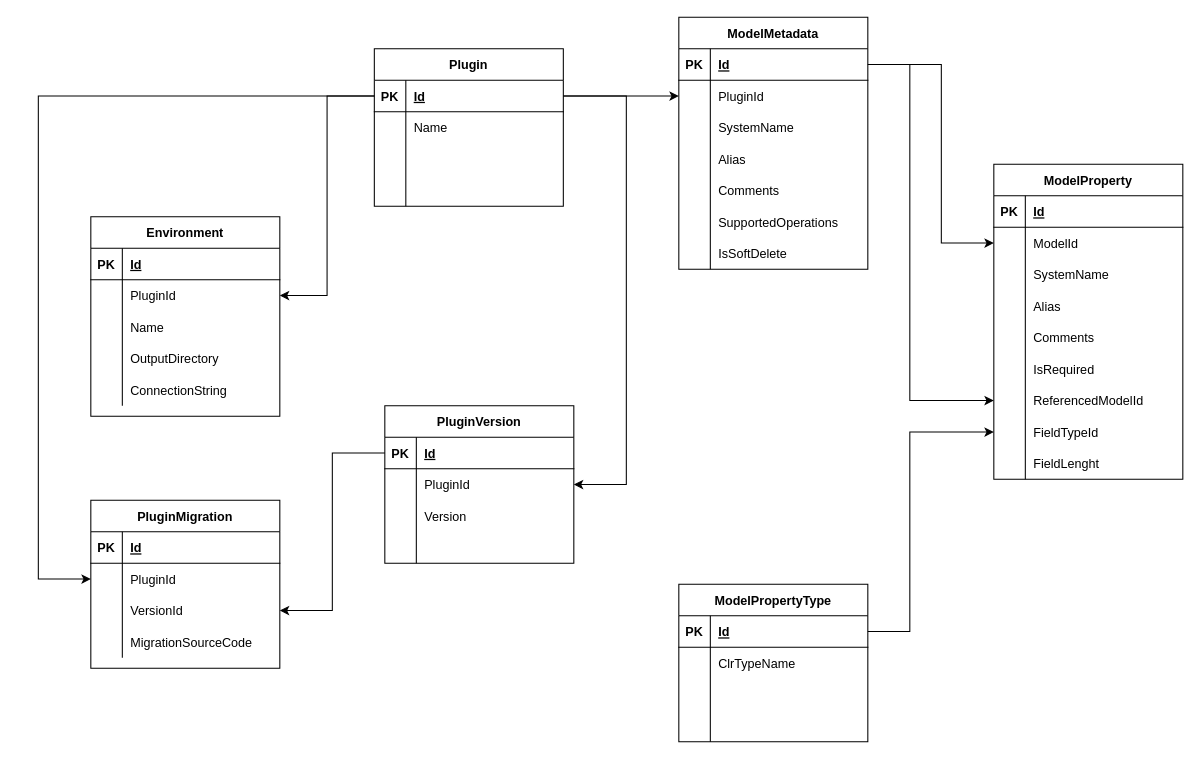
The draw.io diagram page "MetadataDB" (1 of 5) of ModelConstructor.drawio in aaf1974/ProjectDiagram, before the edit. Source tidied: cells renumbered, new cells numbered last; positions are measured from the earlier drawing's top-left corner, leaving out a move shared by most shapes. Both pictures are drawn from the tidied source at 105%, with x=0, y=0 at pixel (38, 17).
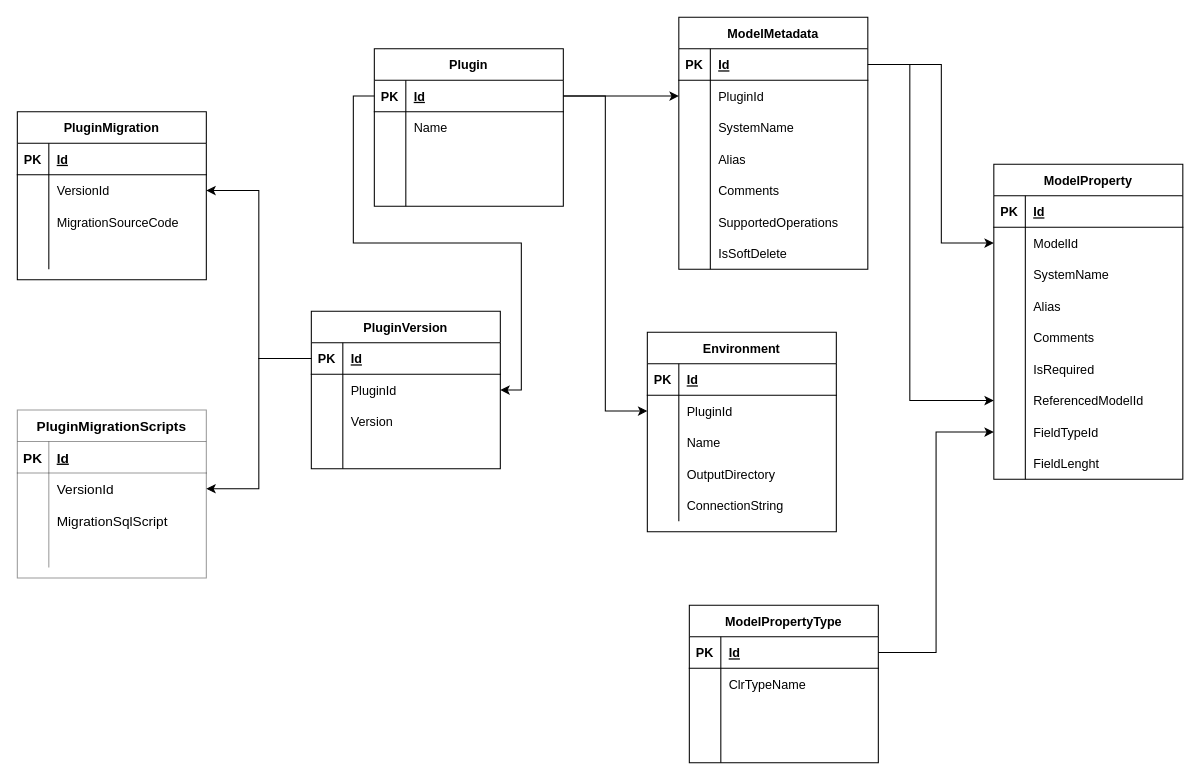
The same page after the edit.

The change refers to these unchanged cells:
```xml
<mxCell id="3" style="shape=tableRow;horizontal=0;startSize=0;swimlaneHead=0;swimlaneBody=0;fillColor=none;points=[[0,0.5],[1,0.5]];portConstraint=eastwest;top=0;left=0;right=0;bottom=1;" parent="2" vertex="1">
  <mxGeometry y="30" width="180" height="30" as="geometry" />
</mxCell>
<mxCell id="34" style="shape=tableRow;horizontal=0;startSize=0;swimlaneHead=0;swimlaneBody=0;fillColor=none;points=[[0,0.5],[1,0.5]];portConstraint=eastwest;top=0;left=0;right=0;bottom=1;" parent="33" vertex="1">
  <mxGeometry y="30" width="180" height="30" as="geometry" />
</mxCell>
<mxCell id="75" style="shape=tableRow;horizontal=0;startSize=0;swimlaneHead=0;swimlaneBody=0;fillColor=none;points=[[0,0.5],[1,0.5]];portConstraint=eastwest;top=0;left=0;right=0;bottom=0;" parent="56" vertex="1">
  <mxGeometry y="210" width="180" height="30" as="geometry" />
</mxCell>
<mxCell id="78" style="shape=tableRow;horizontal=0;startSize=0;swimlaneHead=0;swimlaneBody=0;fillColor=none;points=[[0,0.5],[1,0.5]];portConstraint=eastwest;top=0;left=0;right=0;bottom=0;" parent="56" vertex="1">
  <mxGeometry y="240" width="180" height="30" as="geometry" />
</mxCell>
<mxCell id="85" style="shape=tableRow;horizontal=0;startSize=0;swimlaneHead=0;swimlaneBody=0;fillColor=none;points=[[0,0.5],[1,0.5]];portConstraint=eastwest;top=0;left=0;right=0;bottom=1;" parent="84" vertex="1">
  <mxGeometry y="30" width="180" height="30" as="geometry" />
</mxCell>
<mxCell id="111" style="shape=tableRow;horizontal=0;startSize=0;swimlaneHead=0;swimlaneBody=0;fillColor=none;points=[[0,0.5],[1,0.5]];portConstraint=eastwest;top=0;left=0;right=0;bottom=1;" parent="110" vertex="1">
  <mxGeometry y="30" width="180" height="30" as="geometry" />
</mxCell>
<mxCell id="114" style="shape=tableRow;horizontal=0;startSize=0;swimlaneHead=0;swimlaneBody=0;fillColor=none;points=[[0,0.5],[1,0.5]];portConstraint=eastwest;top=0;left=0;right=0;bottom=0;" parent="110" vertex="1">
  <mxGeometry y="60" width="180" height="30" as="geometry" />
</mxCell>
```

Change to the diagram source:
```diff
@@
     <mxCell id="15" value="Environment" style="shape=table;startSize=30;childLayout=tableLayout;rowLines=0;fontStyle=1;align=center;" parent="1" vertex="1">
-      <mxGeometry x="50" y="190" width="180" height="190" as="geometry" />
+      <mxGeometry x="580" y="300" width="180" height="190" as="geometry" />
     </mxCell>
@@
     <mxCell id="84" value="ModelPropertyType" style="shape=table;startSize=30;childLayout=tableLayout;rowLines=0;fontStyle=1;align=center;" parent="1" vertex="1">
-      <mxGeometry x="610" y="540" width="180" height="150" as="geometry" />
+      <mxGeometry x="620" y="560" width="180" height="150" as="geometry" />
     </mxCell>
@@
     <mxCell id="97" value="PluginMigration" style="shape=table;startSize=30;childLayout=tableLayout;rowLines=0;fontStyle=1;align=center;" parent="1" vertex="1">
-      <mxGeometry x="50" y="460" width="180" height="160" as="geometry" />
+      <mxGeometry x="-20" y="90" width="180" height="160" as="geometry" />
     </mxCell>
@@
-    <mxCell id="101" style="shape=tableRow;horizontal=0;startSize=0;swimlaneHead=0;swimlaneBody=0;fillColor=none;points=[[0,0.5],[1,0.5]];portConstraint=eastwest;top=0;left=0;right=0;bottom=0;" parent="97" vertex="1">
-      <mxGeometry y="60" width="180" height="30" as="geometry" />
-    </mxCell>
-    <mxCell id="102" style="shape=partialRectangle;fillColor=none;top=0;left=0;bottom=0;right=0;overflow=hidden;" parent="101" vertex="1">
-      <mxGeometry width="30" height="30" as="geometry" />
-    </mxCell>
-    <mxCell id="103" value="PluginId" style="shape=partialRectangle;fillColor=none;top=0;left=0;bottom=0;right=0;align=left;spacingLeft=6;overflow=hidden;" parent="101" vertex="1">
-      <mxGeometry x="30" width="150" height="30" as="geometry" />
-    </mxCell>
     <mxCell id="104" style="shape=tableRow;horizontal=0;startSize=0;swimlaneHead=0;swimlaneBody=0;fillColor=none;points=[[0,0.5],[1,0.5]];portConstraint=eastwest;top=0;left=0;right=0;bottom=0;" parent="97" vertex="1">
-      <mxGeometry y="90" width="180" height="30" as="geometry" />
+      <mxGeometry y="60" width="180" height="30" as="geometry" />
     </mxCell>
@@
     <mxCell id="107" style="shape=tableRow;horizontal=0;startSize=0;swimlaneHead=0;swimlaneBody=0;fillColor=none;top=0;left=0;right=0;bottom=0;" parent="97" vertex="1">
-      <mxGeometry y="120" width="180" height="30" as="geometry" />
+      <mxGeometry y="90" width="180" height="30" as="geometry" />
     </mxCell>
@@
+    <mxCell id="101" style="shape=tableRow;horizontal=0;startSize=0;swimlaneHead=0;swimlaneBody=0;fillColor=none;points=[[0,0.5],[1,0.5]];portConstraint=eastwest;top=0;left=0;right=0;bottom=0;" parent="97" vertex="1">
+      <mxGeometry y="120" width="180" height="30" as="geometry" />
+    </mxCell>
+    <mxCell id="102" style="shape=partialRectangle;fillColor=none;top=0;left=0;bottom=0;right=0;overflow=hidden;" parent="101" vertex="1">
+      <mxGeometry width="30" height="30" as="geometry" />
+    </mxCell>
+    <mxCell id="103" style="shape=partialRectangle;fillColor=none;top=0;left=0;bottom=0;right=0;align=left;spacingLeft=6;overflow=hidden;" parent="101" vertex="1">
+      <mxGeometry x="30" width="150" height="30" as="geometry" />
+    </mxCell>
     <mxCell id="110" value="PluginVersion" style="shape=table;startSize=30;childLayout=tableLayout;rowLines=0;fontStyle=1;align=center;" parent="1" vertex="1">
-      <mxGeometry x="330" y="370" width="180" height="150" as="geometry" />
+      <mxGeometry x="260" y="280" width="180" height="150" as="geometry" />
     </mxCell>
@@
-    <mxCell id="123" style="edgeStyle=orthogonalEdgeStyle;rounded=0;jettySize=auto;html=1;" parent="1" edge="1" source="3" target="101">
-      <mxGeometry relative="1" as="geometry">
-        <Array as="points">
-          <mxPoint y="75" />
-          <mxPoint y="535" />
-        </Array>
-      </mxGeometry>
-    </mxCell>
@@
+    <mxCell id="127" style="edgeStyle=orthogonalEdgeStyle;rounded=0;jettySize=auto;html=1;fontSize=13;" parent="1" edge="1" source="34" target="75">
+      <mxGeometry relative="1" as="geometry">
+        <Array as="points">
+          <mxPoint x="830" y="45" />
+          <mxPoint x="830" y="365" />
+        </Array>
+      </mxGeometry>
+    </mxCell>
-    <mxCell id="125" style="edgeStyle=orthogonalEdgeStyle;rounded=0;jettySize=auto;html=1;entryX=1;entryY=0.5;entryDx=0;entryDy=0;fontSize=13;" parent="1" edge="1" source="3" target="114">
-      <mxGeometry relative="1" as="geometry">
-        <Array as="points">
-          <mxPoint x="560" y="75" />
-          <mxPoint x="560" y="445" />
-        </Array>
-      </mxGeometry>
+    <mxCell id="125" style="edgeStyle=orthogonalEdgeStyle;rounded=0;jettySize=auto;html=1;entryX=1;entryY=0.5;entryDx=0;entryDy=0;fontSize=13;fontColor=none;" parent="1" edge="1" source="3" target="114">
+      <mxGeometry relative="1" as="geometry" />
     </mxCell>
+    <mxCell id="128" value="PluginMigrationScripts" style="shape=table;startSize=30;childLayout=tableLayout;rowLines=0;fontStyle=1;align=center;labelBackgroundColor=none;labelBorderColor=none;fontSize=13;fontColor=none;fillColor=none;opacity=40;" parent="1" vertex="1">
+      <mxGeometry x="-20" y="374" width="180" height="160" as="geometry" />
+    </mxCell>
+    <mxCell id="129" style="shape=tableRow;horizontal=0;startSize=0;swimlaneHead=0;swimlaneBody=0;fillColor=none;top=0;left=0;right=0;bottom=1;labelBackgroundColor=none;labelBorderColor=none;fontSize=13;fontColor=none;opacity=40;" parent="128" vertex="1">
+      <mxGeometry y="30" width="180" height="30" as="geometry" />
+    </mxCell>
+    <mxCell id="130" value="PK" style="shape=partialRectangle;fillColor=none;top=0;left=0;bottom=0;right=0;fontStyle=1;overflow=hidden;labelBackgroundColor=none;labelBorderColor=none;fontSize=13;fontColor=none;opacity=40;" parent="129" vertex="1">
+      <mxGeometry width="30" height="30" as="geometry" />
+    </mxCell>
+    <mxCell id="131" value="Id" style="shape=partialRectangle;fillColor=none;top=0;left=0;bottom=0;right=0;align=left;spacingLeft=6;fontStyle=5;overflow=hidden;labelBackgroundColor=none;labelBorderColor=none;fontSize=13;fontColor=none;opacity=40;" parent="129" vertex="1">
+      <mxGeometry x="30" width="150" height="30" as="geometry" />
+    </mxCell>
+    <mxCell id="132" style="shape=tableRow;horizontal=0;startSize=0;swimlaneHead=0;swimlaneBody=0;fillColor=none;points=[[0,0.5],[1,0.5]];portConstraint=eastwest;top=0;left=0;right=0;bottom=0;labelBackgroundColor=none;labelBorderColor=none;fontSize=13;fontColor=none;opacity=40;" parent="128" vertex="1">
+      <mxGeometry y="60" width="180" height="30" as="geometry" />
+    </mxCell>
+    <mxCell id="133" style="shape=partialRectangle;fillColor=none;top=0;left=0;bottom=0;right=0;overflow=hidden;labelBackgroundColor=none;labelBorderColor=none;fontSize=13;fontColor=none;opacity=40;" parent="132" vertex="1">
+      <mxGeometry width="30" height="30" as="geometry" />
+    </mxCell>
+    <mxCell id="134" value="VersionId" style="shape=partialRectangle;fillColor=none;top=0;left=0;bottom=0;right=0;align=left;spacingLeft=6;overflow=hidden;labelBackgroundColor=none;labelBorderColor=none;fontSize=13;fontColor=none;opacity=40;" parent="132" vertex="1">
+      <mxGeometry x="30" width="150" height="30" as="geometry" />
+    </mxCell>
+    <mxCell id="135" style="shape=tableRow;horizontal=0;startSize=0;swimlaneHead=0;swimlaneBody=0;fillColor=none;top=0;left=0;right=0;bottom=0;labelBackgroundColor=none;labelBorderColor=none;fontSize=13;fontColor=none;opacity=40;" parent="128" vertex="1">
+      <mxGeometry y="90" width="180" height="30" as="geometry" />
+    </mxCell>
+    <mxCell id="136" style="shape=partialRectangle;fillColor=none;top=0;left=0;bottom=0;right=0;overflow=hidden;labelBackgroundColor=none;labelBorderColor=none;fontSize=13;fontColor=none;opacity=40;" parent="135" vertex="1">
+      <mxGeometry width="30" height="30" as="geometry" />
+    </mxCell>
+    <mxCell id="137" value="MigrationSqlScript" style="shape=partialRectangle;fillColor=none;top=0;left=0;bottom=0;right=0;align=left;spacingLeft=6;overflow=hidden;labelBackgroundColor=none;labelBorderColor=none;fontSize=13;fontColor=none;opacity=40;" parent="135" vertex="1">
+      <mxGeometry x="30" width="150" height="30" as="geometry" />
+    </mxCell>
+    <mxCell id="138" style="shape=tableRow;horizontal=0;startSize=0;swimlaneHead=0;swimlaneBody=0;fillColor=none;top=0;left=0;right=0;bottom=0;labelBackgroundColor=none;labelBorderColor=none;fontSize=13;fontColor=none;opacity=40;" parent="128" vertex="1">
+      <mxGeometry y="120" width="180" height="30" as="geometry" />
+    </mxCell>
+    <mxCell id="139" style="shape=partialRectangle;fillColor=none;top=0;left=0;bottom=0;right=0;overflow=hidden;labelBackgroundColor=none;labelBorderColor=none;fontSize=13;fontColor=none;opacity=40;" parent="138" vertex="1">
+      <mxGeometry width="30" height="30" as="geometry" />
+    </mxCell>
+    <mxCell id="140" style="shape=partialRectangle;fillColor=none;top=0;left=0;bottom=0;right=0;align=left;spacingLeft=6;overflow=hidden;labelBackgroundColor=none;labelBorderColor=none;fontSize=13;fontColor=none;opacity=40;" parent="138" vertex="1">
+      <mxGeometry x="30" width="150" height="30" as="geometry" />
+    </mxCell>
-    <mxCell id="126" style="edgeStyle=orthogonalEdgeStyle;rounded=0;jettySize=auto;html=1;fontSize=13;" parent="1" edge="1" source="85" target="78">
-      <mxGeometry relative="1" as="geometry">
-        <Array as="points">
-          <mxPoint x="830" y="585" />
-          <mxPoint x="830" y="395" />
-        </Array>
-      </mxGeometry>
+    <mxCell id="126" style="edgeStyle=orthogonalEdgeStyle;rounded=0;jettySize=auto;html=1;fontSize=13;fontColor=none;" parent="1" edge="1" source="85" target="78">
+      <mxGeometry relative="1" as="geometry" />
     </mxCell>
-    <mxCell id="127" style="edgeStyle=orthogonalEdgeStyle;rounded=0;jettySize=auto;html=1;fontSize=13;" parent="1" edge="1" source="34" target="75">
-      <mxGeometry relative="1" as="geometry">
-        <Array as="points">
-          <mxPoint x="830" y="45" />
-          <mxPoint x="830" y="365" />
-        </Array>
-      </mxGeometry>
-    </mxCell>
+    <mxCell id="141" style="edgeStyle=orthogonalEdgeStyle;rounded=0;jettySize=auto;html=1;fontSize=13;fontColor=none;" parent="1" edge="1" source="111" target="132">
+      <mxGeometry relative="1" as="geometry" />
+    </mxCell>
```
